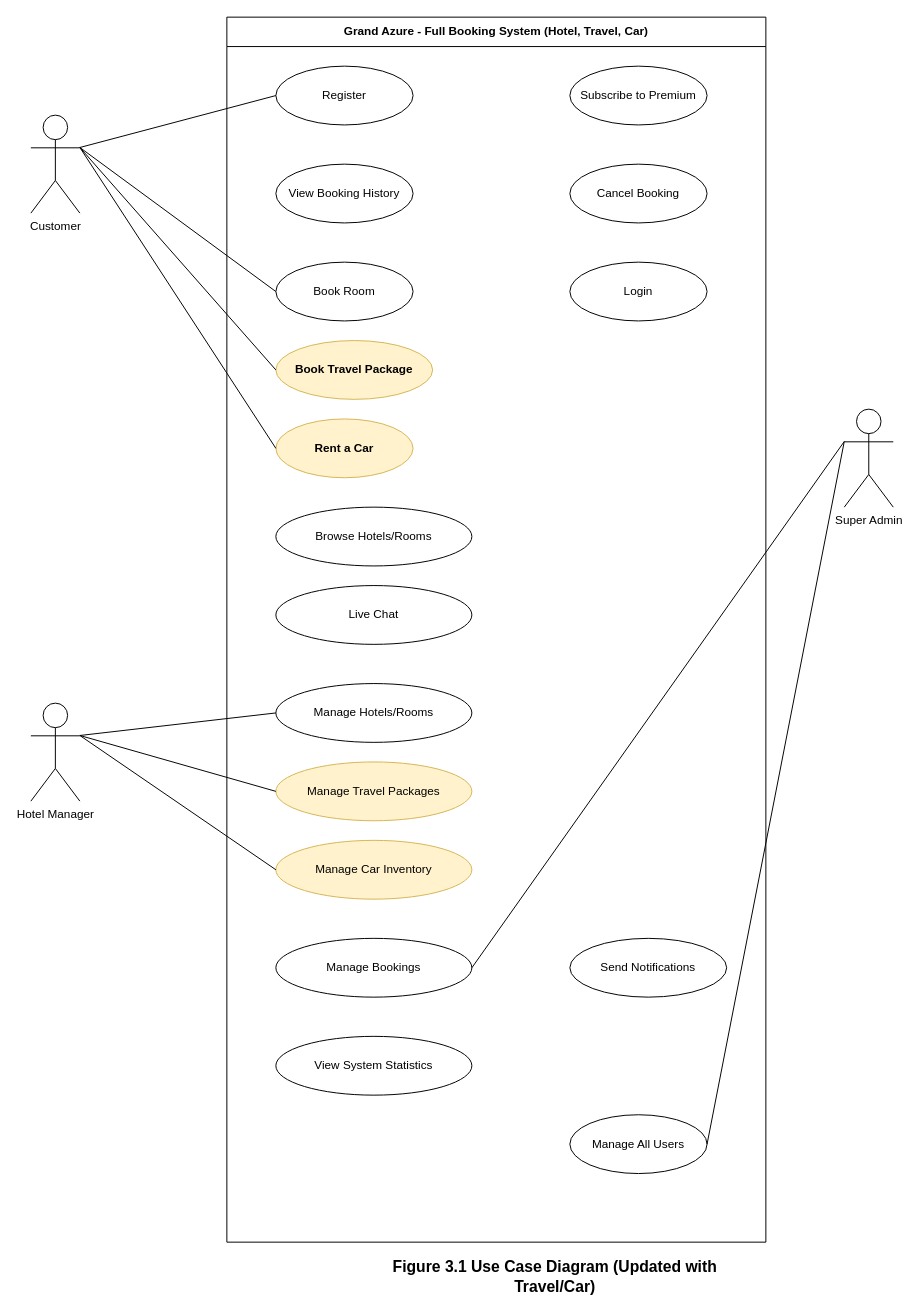
The draw.io diagram Grand_Azure_Use_Case_Diagram.drawio in NaimurRahmanDurjoy/hotel-booking-system, before the edit. Source tidied: cells renumbered, new cells numbered last; positions are measured from the earlier drawing's top-left corner, leaving out a move shared by most shapes. Both pictures are drawn from the tidied source at 98%, with x=0, y=0 at pixel (30, 17).
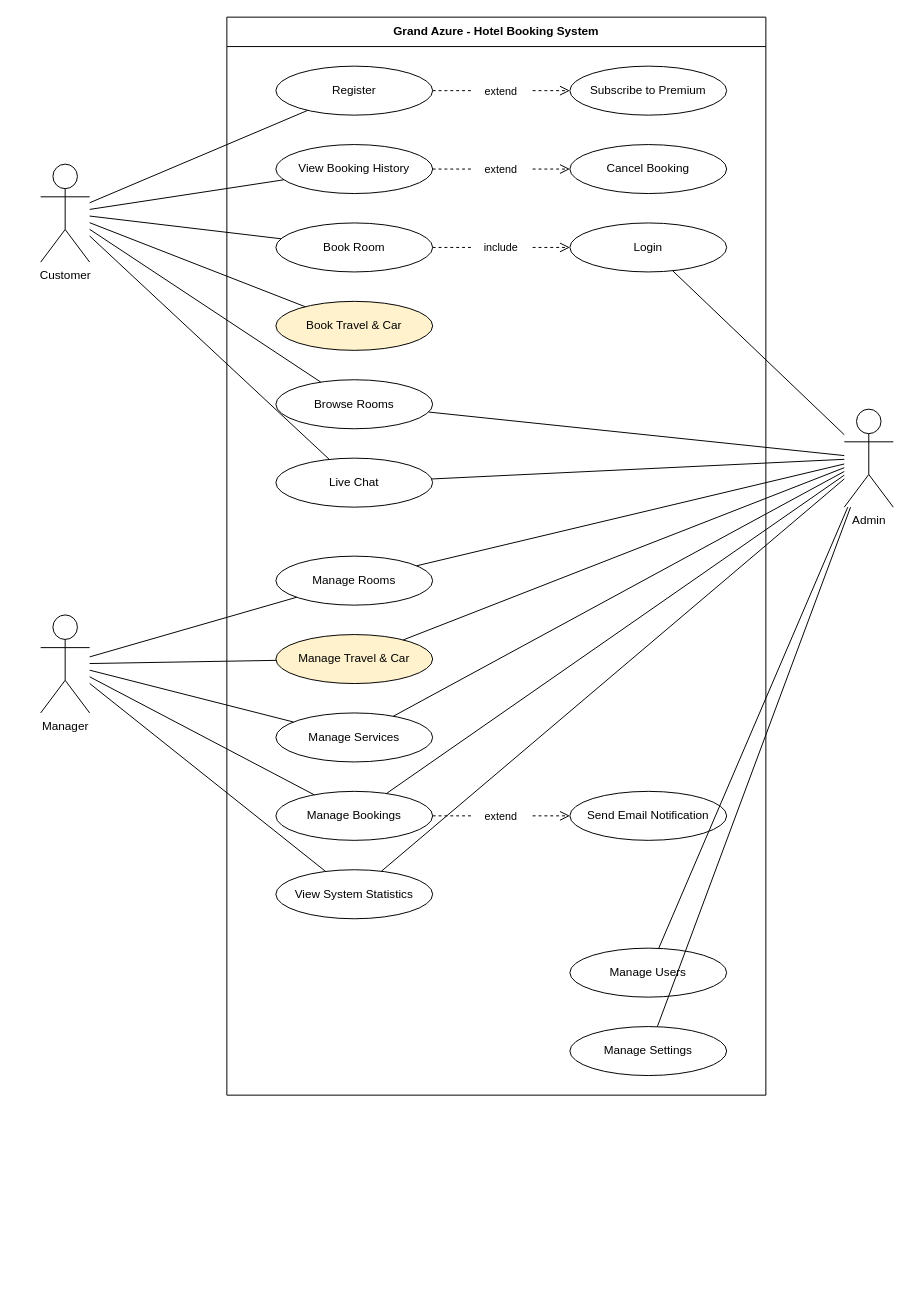
The same diagram, later.

What changed in the source:
```diff
@@
-    <mxCell id="2" value="Grand Azure - Full Booking System (Hotel, Travel, Car)" style="swimlane;whiteSpace=wrap;html=1;startSize=30;align=center;" parent="1" vertex="1">
-      <mxGeometry x="200" width="550" height="1250" as="geometry" />
+    <mxCell id="2" value="Grand Azure - Hotel Booking System" style="swimlane;whiteSpace=wrap;html=1;startSize=30;align=center;" parent="1" vertex="1">
+      <mxGeometry x="200" width="550" height="1100" as="geometry" />
     </mxCell>
     <mxCell id="3" value="Register" style="ellipse;whiteSpace=wrap;html=1;" parent="2" vertex="1">
-      <mxGeometry x="50" y="50" width="140" height="60" as="geometry" />
+      <mxGeometry x="50" y="50" width="160" height="50" as="geometry" />
     </mxCell>
     <mxCell id="4" value="Subscribe to Premium" style="ellipse;whiteSpace=wrap;html=1;" parent="2" vertex="1">
-      <mxGeometry x="350" y="50" width="140" height="60" as="geometry" />
+      <mxGeometry x="350" y="50" width="160" height="50" as="geometry" />
     </mxCell>
     <mxCell id="5" value="View Booking History" style="ellipse;whiteSpace=wrap;html=1;" parent="2" vertex="1">
-      <mxGeometry x="50" y="150" width="140" height="60" as="geometry" />
+      <mxGeometry x="50" y="130" width="160" height="50" as="geometry" />
     </mxCell>
     <mxCell id="6" value="Cancel Booking" style="ellipse;whiteSpace=wrap;html=1;" parent="2" vertex="1">
-      <mxGeometry x="350" y="150" width="140" height="60" as="geometry" />
+      <mxGeometry x="350" y="130" width="160" height="50" as="geometry" />
     </mxCell>
     <mxCell id="7" value="Book Room" style="ellipse;whiteSpace=wrap;html=1;" parent="2" vertex="1">
-      <mxGeometry x="50" y="250" width="140" height="60" as="geometry" />
+      <mxGeometry x="50" y="210" width="160" height="50" as="geometry" />
     </mxCell>
-    <mxCell id="8" value="Book Travel Package" style="ellipse;whiteSpace=wrap;html=1;fillColor=#fff2cc;strokeColor=#d6b656;fontStyle=1;" parent="2" vertex="1">
-      <mxGeometry x="50" y="330" width="160" height="60" as="geometry" />
-    </mxCell>
-    <mxCell id="9" value="Rent a Car" style="ellipse;whiteSpace=wrap;html=1;fillColor=#fff2cc;strokeColor=#d6b656;fontStyle=1;" parent="2" vertex="1">
-      <mxGeometry x="50" y="410" width="140" height="60" as="geometry" />
-    </mxCell>
     <mxCell id="10" value="Login" style="ellipse;whiteSpace=wrap;html=1;" parent="2" vertex="1">
-      <mxGeometry x="350" y="250" width="140" height="60" as="geometry" />
+      <mxGeometry x="350" y="210" width="160" height="50" as="geometry" />
     </mxCell>
+    <mxCell id="33" value="Book Travel &amp; Car" style="ellipse;whiteSpace=wrap;html=1;fillColor=#fff2cc;" parent="2" vertex="1">
+      <mxGeometry x="50" y="290" width="160" height="50" as="geometry" />
+    </mxCell>
-    <mxCell id="11" value="Browse Hotels/Rooms" style="ellipse;whiteSpace=wrap;html=1;" parent="2" vertex="1">
-      <mxGeometry x="50" y="500" width="200" height="60" as="geometry" />
+    <mxCell id="11" value="Browse Rooms" style="ellipse;whiteSpace=wrap;html=1;" parent="2" vertex="1">
+      <mxGeometry x="50" y="370" width="160" height="50" as="geometry" />
     </mxCell>
     <mxCell id="12" value="Live Chat" style="ellipse;whiteSpace=wrap;html=1;" parent="2" vertex="1">
-      <mxGeometry x="50" y="580" width="200" height="60" as="geometry" />
+      <mxGeometry x="50" y="450" width="160" height="50" as="geometry" />
     </mxCell>
-    <mxCell id="13" value="Manage Hotels/Rooms" style="ellipse;whiteSpace=wrap;html=1;" parent="2" vertex="1">
-      <mxGeometry x="50" y="680" width="200" height="60" as="geometry" />
+    <mxCell id="13" value="Manage Rooms" style="ellipse;whiteSpace=wrap;html=1;" parent="2" vertex="1">
+      <mxGeometry x="50" y="550" width="160" height="50" as="geometry" />
     </mxCell>
-    <mxCell id="14" value="Manage Travel Packages" style="ellipse;whiteSpace=wrap;html=1;fillColor=#fff2cc;strokeColor=#d6b656;" parent="2" vertex="1">
-      <mxGeometry x="50" y="760" width="200" height="60" as="geometry" />
-    </mxCell>
-    <mxCell id="15" value="Manage Car Inventory" style="ellipse;whiteSpace=wrap;html=1;fillColor=#fff2cc;strokeColor=#d6b656;" parent="2" vertex="1">
-      <mxGeometry x="50" y="840" width="200" height="60" as="geometry" />
-    </mxCell>
+    <mxCell id="34" value="Manage Travel &amp; Car" style="ellipse;whiteSpace=wrap;html=1;fillColor=#fff2cc;" parent="2" vertex="1">
+      <mxGeometry x="50" y="630" width="160" height="50" as="geometry" />
+    </mxCell>
+    <mxCell id="35" value="Manage Services" style="ellipse;whiteSpace=wrap;html=1;" parent="2" vertex="1">
+      <mxGeometry x="50" y="710" width="160" height="50" as="geometry" />
+    </mxCell>
     <mxCell id="16" value="Manage Bookings" style="ellipse;whiteSpace=wrap;html=1;" parent="2" vertex="1">
-      <mxGeometry x="50" y="940" width="200" height="60" as="geometry" />
+      <mxGeometry x="50" y="790" width="160" height="50" as="geometry" />
     </mxCell>
-    <mxCell id="17" value="Send Notifications" style="ellipse;whiteSpace=wrap;html=1;" parent="2" vertex="1">
-      <mxGeometry x="350" y="940" width="160" height="60" as="geometry" />
+    <mxCell id="17" value="Send Email Notification" style="ellipse;whiteSpace=wrap;html=1;" parent="2" vertex="1">
+      <mxGeometry x="350" y="790" width="160" height="50" as="geometry" />
     </mxCell>
     <mxCell id="18" value="View System Statistics" style="ellipse;whiteSpace=wrap;html=1;" parent="2" vertex="1">
-      <mxGeometry x="50" y="1040" width="200" height="60" as="geometry" />
+      <mxGeometry x="50" y="870" width="160" height="50" as="geometry" />
     </mxCell>
-    <mxCell id="19" value="Manage All Users" style="ellipse;whiteSpace=wrap;html=1;" parent="2" vertex="1">
-      <mxGeometry x="350" y="1120" width="140" height="60" as="geometry" />
+    <mxCell id="19" value="Manage Users" style="ellipse;whiteSpace=wrap;html=1;" parent="2" vertex="1">
+      <mxGeometry x="350" y="950" width="160" height="50" as="geometry" />
     </mxCell>
+    <mxCell id="36" value="Manage Settings" style="ellipse;whiteSpace=wrap;html=1;" parent="2" vertex="1">
+      <mxGeometry x="350" y="1030" width="160" height="50" as="geometry" />
+    </mxCell>
+    <mxCell id="37" style="edgeStyle=none;html=1;endArrow=open;endSize=8;dashed=1;" parent="2" edge="1" source="3" target="4">
+      <mxGeometry relative="1" as="geometry" />
+    </mxCell>
+    <mxCell id="38" style="edgeStyle=none;html=1;endArrow=open;endSize=8;dashed=1;" parent="2" edge="1" source="5" target="6">
+      <mxGeometry relative="1" as="geometry" />
+    </mxCell>
+    <mxCell id="39" style="edgeStyle=none;html=1;endArrow=open;endSize=8;dashed=1;" parent="2" edge="1" source="7" target="10">
+      <mxGeometry relative="1" as="geometry" />
+    </mxCell>
+    <mxCell id="40" style="edgeStyle=none;html=1;endArrow=open;endSize=8;dashed=1;" parent="2" edge="1" source="16" target="17">
+      <mxGeometry relative="1" as="geometry" />
+    </mxCell>
+    <mxCell id="41" value="extend" style="text;html=0;align=center;verticalAlign=middle;strokeColor=none;fillColor=#ffffff;fontSize=11;" parent="2" vertex="1">
+      <mxGeometry x="250" y="60" width="60" height="30" as="geometry" />
+    </mxCell>
+    <mxCell id="42" value="extend" style="text;html=0;align=center;verticalAlign=middle;strokeColor=none;fillColor=#ffffff;fontSize=11;" parent="2" vertex="1">
+      <mxGeometry x="250" y="140" width="60" height="30" as="geometry" />
+    </mxCell>
+    <mxCell id="43" value="include" style="text;html=0;align=center;verticalAlign=middle;strokeColor=none;fillColor=#ffffff;fontSize=11;" parent="2" vertex="1">
+      <mxGeometry x="250" y="220" width="60" height="30" as="geometry" />
+    </mxCell>
+    <mxCell id="44" value="extend" style="text;html=0;align=center;verticalAlign=middle;strokeColor=none;fillColor=#ffffff;fontSize=11;" parent="2" vertex="1">
+      <mxGeometry x="250" y="800" width="60" height="30" as="geometry" />
+    </mxCell>
     <mxCell id="20" value="Customer" style="shape=umlActor;verticalLabelPosition=bottom;verticalAlign=top;html=1;" parent="1" vertex="1">
-      <mxGeometry y="100" width="50" height="100" as="geometry" />
+      <mxGeometry x="10" y="150" width="50" height="100" as="geometry" />
     </mxCell>
-    <mxCell id="21" value="Hotel Manager" style="shape=umlActor;verticalLabelPosition=bottom;verticalAlign=top;html=1;" parent="1" vertex="1">
-      <mxGeometry y="700" width="50" height="100" as="geometry" />
+    <mxCell id="21" value="Manager" style="shape=umlActor;verticalLabelPosition=bottom;verticalAlign=top;html=1;" parent="1" vertex="1">
+      <mxGeometry x="10" y="610" width="50" height="100" as="geometry" />
     </mxCell>
-    <mxCell id="22" value="Super Admin" style="shape=umlActor;verticalLabelPosition=bottom;verticalAlign=top;html=1;" parent="1" vertex="1">
+    <mxCell id="22" value="Admin" style="shape=umlActor;verticalLabelPosition=bottom;verticalAlign=top;html=1;" parent="1" vertex="1">
       <mxGeometry x="830" y="400" width="50" height="100" as="geometry" />
     </mxCell>
-    <mxCell id="23" style="endArrow=none;html=1;exitX=1;exitY=0.33;entryX=0;entryY=0.5;" parent="1" edge="1" source="20" target="3">
+    <mxCell id="23" style="endArrow=none;html=1;" parent="1" edge="1" source="20" target="3">
       <mxGeometry relative="1" as="geometry" />
     </mxCell>
-    <mxCell id="24" style="endArrow=none;html=1;exitX=1;exitY=0.33;entryX=0;entryY=0.5;" parent="1" edge="1" source="20" target="7">
+    <mxCell id="24" style="endArrow=none;html=1;" parent="1" edge="1" source="20" target="5">
       <mxGeometry relative="1" as="geometry" />
     </mxCell>
-    <mxCell id="25" style="endArrow=none;html=1;exitX=1;exitY=0.33;entryX=0;entryY=0.5;" parent="1" edge="1" source="20" target="8">
-      <mxGeometry relative="1" as="geometry" />
-    </mxCell>
-    <mxCell id="26" style="endArrow=none;html=1;exitX=1;exitY=0.33;entryX=0;entryY=0.5;" parent="1" edge="1" source="20" target="9">
-      <mxGeometry relative="1" as="geometry" />
-    </mxCell>
+    <mxCell id="45" style="endArrow=none;html=1;" parent="1" edge="1" source="20" target="7">
+      <mxGeometry relative="1" as="geometry" />
+    </mxCell>
+    <mxCell id="46" style="endArrow=none;html=1;" parent="1" edge="1" source="20" target="33">
+      <mxGeometry relative="1" as="geometry" />
+    </mxCell>
+    <mxCell id="47" style="endArrow=none;html=1;" parent="1" edge="1" source="20" target="11">
+      <mxGeometry relative="1" as="geometry" />
+    </mxCell>
+    <mxCell id="48" style="endArrow=none;html=1;" parent="1" edge="1" source="20" target="12">
+      <mxGeometry relative="1" as="geometry" />
+    </mxCell>
-    <mxCell id="27" style="endArrow=none;html=1;exitX=1;exitY=0.33;entryX=0;entryY=0.5;" parent="1" edge="1" source="21" target="13">
+    <mxCell id="27" style="endArrow=none;html=1;" parent="1" edge="1" source="21" target="13">
       <mxGeometry relative="1" as="geometry" />
     </mxCell>
-    <mxCell id="28" style="endArrow=none;html=1;exitX=1;exitY=0.33;entryX=0;entryY=0.5;" parent="1" edge="1" source="21" target="14">
-      <mxGeometry relative="1" as="geometry" />
-    </mxCell>
-    <mxCell id="29" style="endArrow=none;html=1;exitX=1;exitY=0.33;entryX=0;entryY=0.5;" parent="1" edge="1" source="21" target="15">
-      <mxGeometry relative="1" as="geometry" />
-    </mxCell>
+    <mxCell id="49" style="endArrow=none;html=1;" parent="1" edge="1" source="21" target="34">
+      <mxGeometry relative="1" as="geometry" />
+    </mxCell>
+    <mxCell id="50" style="endArrow=none;html=1;" parent="1" edge="1" source="21" target="35">
+      <mxGeometry relative="1" as="geometry" />
+    </mxCell>
+    <mxCell id="51" style="endArrow=none;html=1;" parent="1" edge="1" source="21" target="16">
+      <mxGeometry relative="1" as="geometry" />
+    </mxCell>
+    <mxCell id="52" style="endArrow=none;html=1;" parent="1" edge="1" source="21" target="18">
+      <mxGeometry relative="1" as="geometry" />
+    </mxCell>
-    <mxCell id="30" style="endArrow=none;html=1;exitX=0;exitY=0.33;entryX=1;entryY=0.5;" parent="1" edge="1" source="22" target="19">
+    <mxCell id="30" style="endArrow=none;html=1;" parent="1" edge="1" source="22" target="10">
       <mxGeometry relative="1" as="geometry" />
     </mxCell>
-    <mxCell id="31" style="endArrow=none;html=1;exitX=0;exitY=0.33;entryX=1;entryY=0.5;" parent="1" edge="1" source="22" target="16">
+    <mxCell id="31" style="endArrow=none;html=1;" parent="1" edge="1" source="22" target="11">
       <mxGeometry relative="1" as="geometry" />
     </mxCell>
-    <mxCell id="32" value="Figure 3.1 Use Case Diagram (Updated with Travel/Car)" style="text;html=1;strokeColor=none;fillColor=none;align=center;verticalAlign=middle;whiteSpace=wrap;rounded=0;fontSize=16;fontStyle=1;" parent="1" vertex="1">
-      <mxGeometry x="334.5" y="1270" width="400" height="30" as="geometry" />
-    </mxCell>
+    <mxCell id="53" style="endArrow=none;html=1;" parent="1" edge="1" source="22" target="12">
+      <mxGeometry relative="1" as="geometry" />
+    </mxCell>
+    <mxCell id="54" style="endArrow=none;html=1;" parent="1" edge="1" source="22" target="13">
+      <mxGeometry relative="1" as="geometry" />
+    </mxCell>
+    <mxCell id="55" style="endArrow=none;html=1;" parent="1" edge="1" source="22" target="34">
+      <mxGeometry relative="1" as="geometry" />
+    </mxCell>
+    <mxCell id="56" style="endArrow=none;html=1;" parent="1" edge="1" source="22" target="35">
+      <mxGeometry relative="1" as="geometry" />
+    </mxCell>
+    <mxCell id="57" style="endArrow=none;html=1;" parent="1" edge="1" source="22" target="16">
+      <mxGeometry relative="1" as="geometry" />
+    </mxCell>
+    <mxCell id="58" style="endArrow=none;html=1;" parent="1" edge="1" source="22" target="18">
+      <mxGeometry relative="1" as="geometry" />
+    </mxCell>
+    <mxCell id="59" style="endArrow=none;html=1;" parent="1" edge="1" source="22" target="19">
+      <mxGeometry relative="1" as="geometry" />
+    </mxCell>
+    <mxCell id="60" style="endArrow=none;html=1;" parent="1" edge="1" source="22" target="36">
+      <mxGeometry relative="1" as="geometry" />
+    </mxCell>
```
